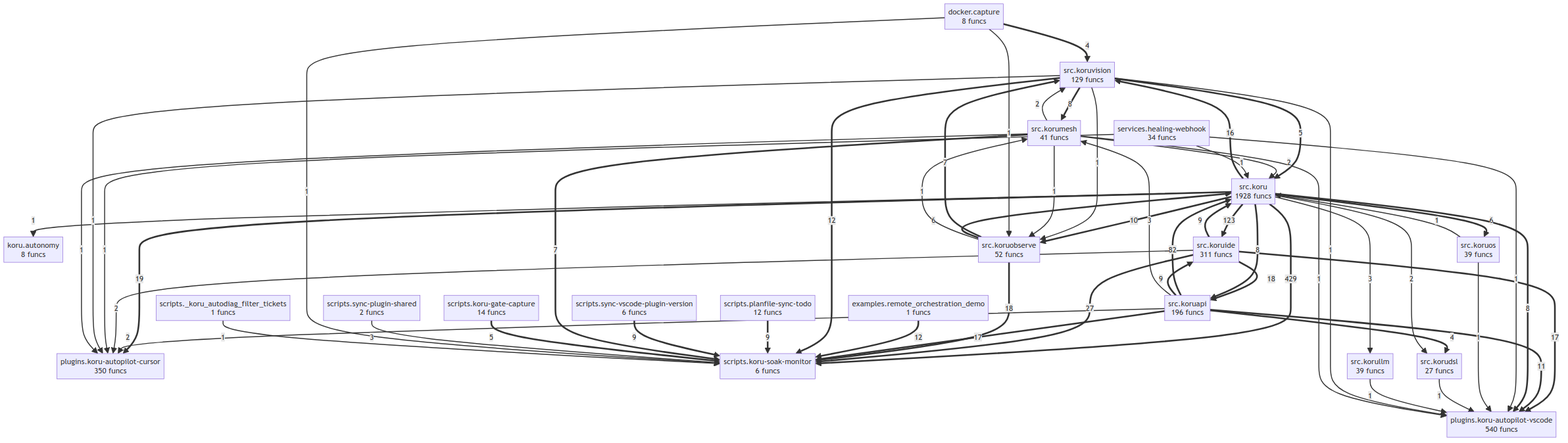
This is project/compact_flow.png from semcod/koru, a Mermaid export, as it was before one commit. Its source is kept beside it as project/compact_flow.mmd.
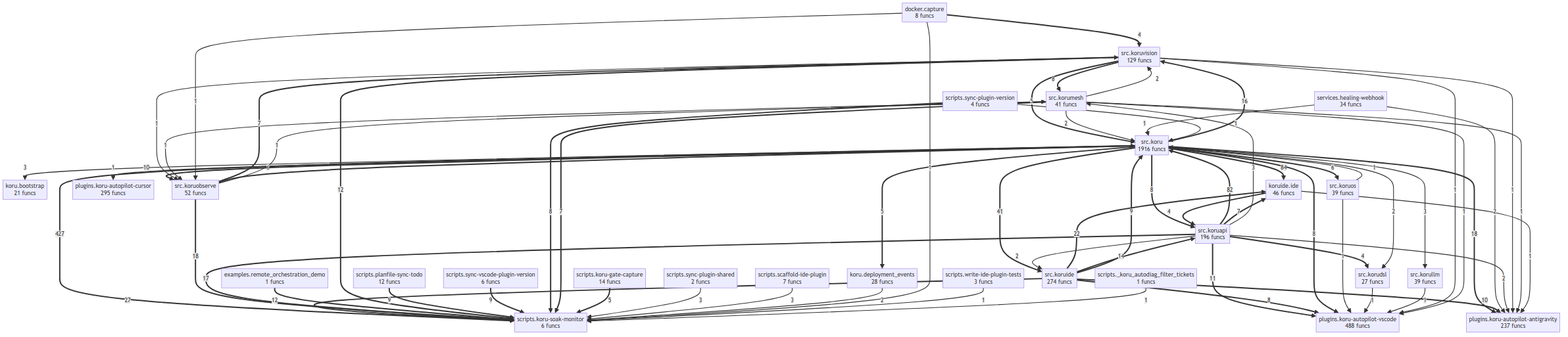
After the commit.

Diff of the diagram source:
```diff
@@ -1,77 +1,94 @@
 flowchart TD
     docker__capture["docker.capture<br/>8 funcs"]
     examples__remote_orchestration_demo["examples.remote_orchestration_demo<br/>1 funcs"]
-    koru__autonomy["koru.autonomy<br/>8 funcs"]
-    plugins__koru_autopilot_cursor["plugins.koru-autopilot-cursor<br/>350 funcs"]
-    plugins__koru_autopilot_vscode["plugins.koru-autopilot-vscode<br/>540 funcs"]
+    koru__bootstrap["koru.bootstrap<br/>21 funcs"]
+    koru__deployment_events["koru.deployment_events<br/>28 funcs"]
+    koruide__ide["koruide.ide<br/>46 funcs"]
+    plugins__koru_autopilot_antigravity["plugins.koru-autopilot-antigravity<br/>237 funcs"]
+    plugins__koru_autopilot_cursor["plugins.koru-autopilot-cursor<br/>295 funcs"]
+    plugins__koru_autopilot_vscode["plugins.koru-autopilot-vscode<br/>488 funcs"]
     scripts___koru_autodiag_filter_tickets["scripts._koru_autodiag_filter_tickets<br/>1 funcs"]
     scripts__koru_gate_capture["scripts.koru-gate-capture<br/>14 funcs"]
     scripts__koru_soak_monitor["scripts.koru-soak-monitor<br/>6 funcs"]
     scripts__planfile_sync_todo["scripts.planfile-sync-todo<br/>12 funcs"]
+    scripts__scaffold_ide_plugin["scripts.scaffold-ide-plugin<br/>7 funcs"]
     scripts__sync_plugin_shared["scripts.sync-plugin-shared<br/>2 funcs"]
+    scripts__sync_plugin_version["scripts.sync-plugin-version<br/>4 funcs"]
     scripts__sync_vscode_plugin_version["scripts.sync-vscode-plugin-version<br/>6 funcs"]
+    scripts__write_ide_plugin_tests["scripts.write-ide-plugin-tests<br/>3 funcs"]
     services__healing_webhook["services.healing-webhook<br/>34 funcs"]
-    src__koru["src.koru<br/>1928 funcs"]
+    src__koru["src.koru<br/>1916 funcs"]
     src__koruapi["src.koruapi<br/>196 funcs"]
     src__korudsl["src.korudsl<br/>27 funcs"]
-    src__koruide["src.koruide<br/>311 funcs"]
+    src__koruide["src.koruide<br/>274 funcs"]
     src__korullm["src.korullm<br/>39 funcs"]
     src__korumesh["src.korumesh<br/>41 funcs"]
     src__koruobserve["src.koruobserve<br/>52 funcs"]
     src__koruos["src.koruos<br/>39 funcs"]
     src__koruvision["src.koruvision<br/>129 funcs"]
-    src__koru ==>|429| scripts__koru_soak_monitor
-    src__koru ==>|123| src__koruide
+    src__koru ==>|427| scripts__koru_soak_monitor
+    src__koru ==>|84| koruide__ide
     src__koruapi ==>|82| src__koru
+    src__koru ==>|41| src__koruide
     src__koruide ==>|27| scripts__koru_soak_monitor
-    src__koru ==>|19| plugins__koru_autopilot_cursor
+    src__koruide ==>|22| koruide__ide
     src__koruobserve ==>|18| scripts__koru_soak_monitor
-    src__koruide ==>|18| src__koruapi
+    src__koru ==>|18| plugins__koru_autopilot_antigravity
     src__koruapi ==>|17| scripts__koru_soak_monitor
-    src__koruide ==>|17| plugins__koru_autopilot_vscode
     src__koru ==>|16| src__koruvision
+    src__koruide ==>|14| src__koruapi
     examples__remote_orchestration_demo ==>|12| scripts__koru_soak_monitor
     src__koruvision ==>|12| scripts__koru_soak_monitor
     src__koruapi ==>|11| plugins__koru_autopilot_vscode
+    src__koruide ==>|10| plugins__koru_autopilot_antigravity
     src__koru ==>|10| src__koruobserve
-    src__koruapi ==>|9| src__koruide
     src__koruide ==>|9| src__koru
     scripts__planfile_sync_todo ==>|9| scripts__koru_soak_monitor
     scripts__sync_vscode_plugin_version ==>|9| scripts__koru_soak_monitor
     src__koruvision ==>|8| src__korumesh
+    src__koruide ==>|8| plugins__koru_autopilot_vscode
     src__koru ==>|8| plugins__koru_autopilot_vscode
     src__koru ==>|8| src__koruapi
+    scripts__sync_plugin_version ==>|8| scripts__koru_soak_monitor
     src__koruobserve ==>|7| src__koruvision
+    src__koruapi ==>|7| koruide__ide
     src__korumesh ==>|7| scripts__koru_soak_monitor
     src__koruobserve ==>|6| src__koru
     src__koru ==>|6| src__koruos
     src__koruvision ==>|5| src__koru
+    src__koru ==>|5| koru__deployment_events
     scripts__koru_gate_capture ==>|5| scripts__koru_soak_monitor
     src__koruapi ==>|4| src__korudsl
+    koruide__ide ==>|4| src__koruapi
     docker__capture ==>|4| src__koruvision
+    src__koruapi -->|3| src__korumesh
+    src__koru -->|3| koru__bootstrap
     src__koru -->|3| src__korullm
     scripts__sync_plugin_shared -->|3| scripts__koru_soak_monitor
-    src__koruapi -->|3| src__korumesh
-    src__koruapi -->|2| plugins__koru_autopilot_cursor
+    scripts__scaffold_ide_plugin -->|3| scripts__koru_soak_monitor
+    services__healing_webhook -->|2| plugins__koru_autopilot_antigravity
+    src__koruapi -->|2| plugins__koru_autopilot_antigravity
+    src__koruapi -->|2| src__koruide
     src__korumesh -->|2| src__koru
     src__korumesh -->|2| src__koruvision
-    src__koruide -->|2| plugins__koru_autopilot_cursor
     src__koru -->|2| src__korudsl
-    services__healing_webhook -->|1| plugins__koru_autopilot_cursor
+    koru__deployment_events -->|2| scripts__koru_soak_monitor
     services__healing_webhook -->|1| src__koru
-    services__healing_webhook -->|1| plugins__koru_autopilot_vscode
     src__koruobserve -->|1| src__korumesh
     src__koruos -->|1| plugins__koru_autopilot_vscode
     src__koruos -->|1| src__koru
     src__korudsl -->|1| plugins__koru_autopilot_vscode
     src__korullm -->|1| plugins__koru_autopilot_vscode
     src__koruvision -->|1| plugins__koru_autopilot_vscode
-    src__koruvision -->|1| plugins__koru_autopilot_cursor
+    src__koruvision -->|1| plugins__koru_autopilot_antigravity
     src__koruvision -->|1| src__koruobserve
     src__korumesh -->|1| src__koruobserve
-    src__korumesh -->|1| plugins__koru_autopilot_cursor
+    src__korumesh -->|1| plugins__koru_autopilot_antigravity
     src__korumesh -->|1| plugins__koru_autopilot_vscode
-    src__koru -->|1| koru__autonomy
+    koruide__ide -->|1| plugins__koru_autopilot_antigravity
+    src__koru -->|1| plugins__koru_autopilot_cursor
     docker__capture -->|1| src__koruobserve
     docker__capture -->|1| scripts__koru_soak_monitor
+    scripts__write_ide_plugin_tests -->|1| scripts__koru_soak_monitor
+    scripts__sync_plugin_version -->|1| src__koru
     scripts___koru_autodiag_filter_tickets -->|1| scripts__koru_soak_monitor
```
